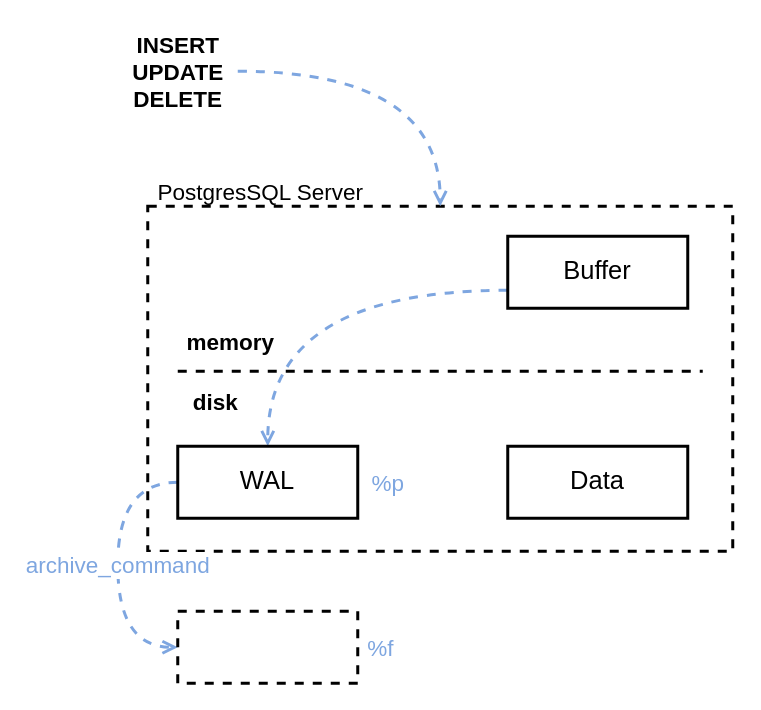
The draw.io diagram page "archive_mode" (3 of 6) of postgresql/dump.drawio in dovics/draw.io, before the edit. Source tidied: cells renumbered, new cells numbered last; positions are measured from the earlier drawing's top-left corner, leaving out a move shared by most shapes. Both pictures are drawn from the tidied source at 150%, with x=0, y=0 at pixel (117, 26).
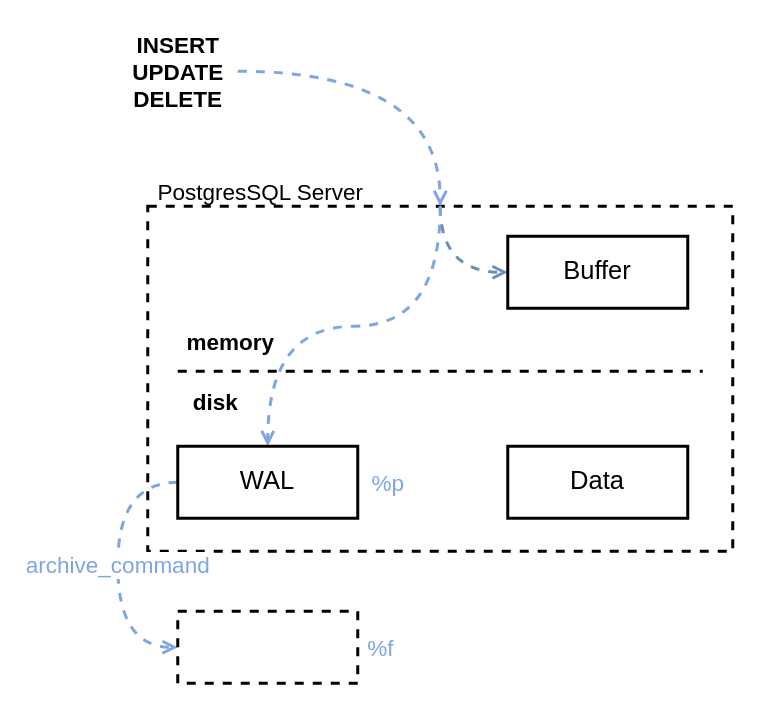
After the change.

Unchanged cells that the change refers to:
```xml
<mxCell id="2" style="rounded=0;whiteSpace=wrap;html=1;strokeWidth=2;fontSize=17;fontColor=#F19C99;fillColor=none;dashed=1;" parent="1" vertex="1">
  <mxGeometry x="20" y="120" width="390" height="230" as="geometry" />
</mxCell>
<mxCell id="4" value="Buffer" style="rounded=0;whiteSpace=wrap;html=1;strokeWidth=2;fontSize=17;" parent="1" vertex="1">
  <mxGeometry x="260" y="140" width="120" height="48" as="geometry" />
</mxCell>
<mxCell id="6" value="WAL" style="rounded=0;whiteSpace=wrap;html=1;strokeWidth=2;fontSize=17;fontStyle=0;" parent="1" vertex="1">
  <mxGeometry x="40" y="280" width="120" height="48" as="geometry" />
</mxCell>
```

Change to the diagram source:
```diff
@@
+    <mxCell id="17" style="edgeStyle=orthogonalEdgeStyle;rounded=0;jettySize=auto;html=1;exitX=0.5;exitY=0;exitDx=0;exitDy=0;entryX=0;entryY=0.5;entryDx=0;entryDy=0;fontSize=12;curved=1;strokeWidth=2;fillColor=#dae8fc;strokeColor=#6c8ebf;dashed=1;endArrow=open;endFill=0;" parent="1" edge="1" source="2" target="4">
+      <mxGeometry relative="1" as="geometry">
+        <Array as="points">
+          <mxPoint x="215" y="164" />
+        </Array>
+      </mxGeometry>
+    </mxCell>
-    <mxCell id="3" style="edgeStyle=orthogonalEdgeStyle;curved=1;rounded=0;jettySize=auto;html=1;exitX=0;exitY=0.75;exitDx=0;exitDy=0;entryX=0.5;entryY=0;entryDx=0;entryDy=0;dashed=1;fontSize=15;fontColor=#F19C99;endArrow=open;endFill=0;strokeWidth=2;fillColor=#dae8fc;strokeColor=#7EA6E0;" parent="1" edge="1" source="4" target="6">
-      <mxGeometry relative="1" as="geometry" />
+    <mxCell id="3" style="edgeStyle=orthogonalEdgeStyle;curved=1;rounded=0;jettySize=auto;html=1;entryX=0.5;entryY=0;entryDx=0;entryDy=0;dashed=1;fontSize=15;fontColor=#F19C99;endArrow=open;endFill=0;strokeWidth=2;fillColor=#dae8fc;strokeColor=#7EA6E0;exitX=0.5;exitY=0;exitDx=0;exitDy=0;" parent="1" edge="1" source="2" target="6">
+      <mxGeometry relative="1" as="geometry">
+        <Array as="points">
+          <mxPoint x="215" y="200" />
+          <mxPoint x="100" y="200" />
+        </Array>
+      </mxGeometry>
     </mxCell>
```
